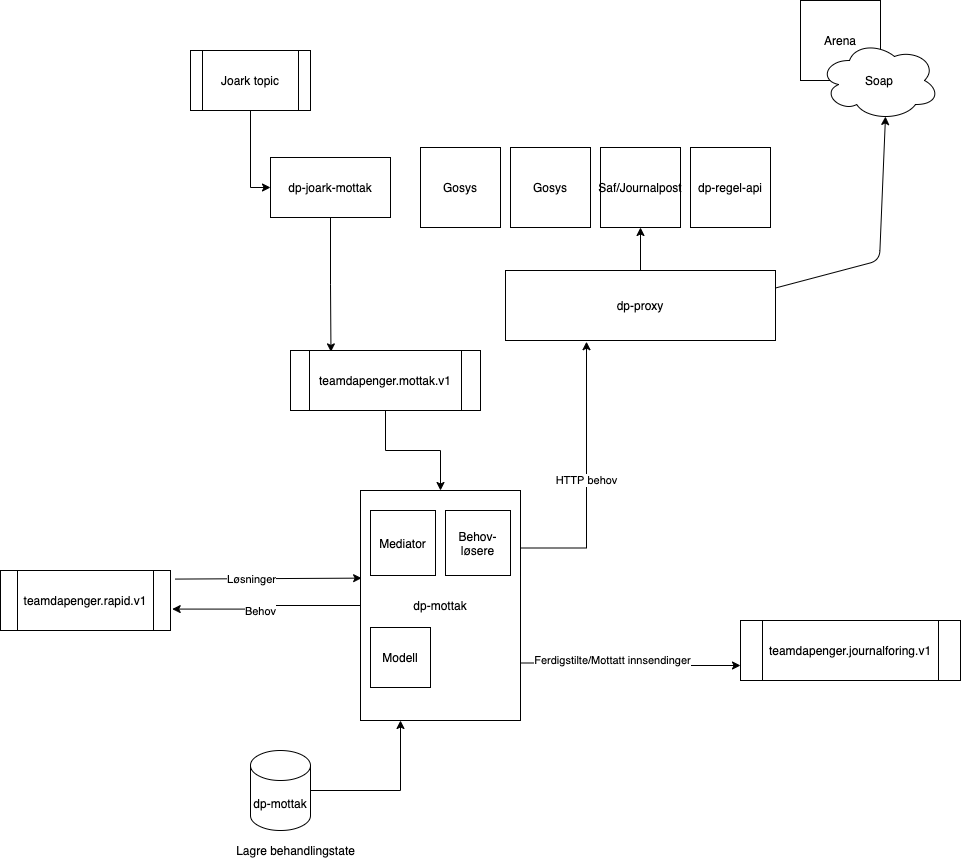
This is docs/arkitektur/dp-mottak-arkitektur-skisse.png from navikt/dp-mottak, a draw.io export, as it was before one commit. Source tidied: cells renumbered, new cells last; positions are measured from the earlier drawing's top-left corner, leaving out a move shared by most shapes.
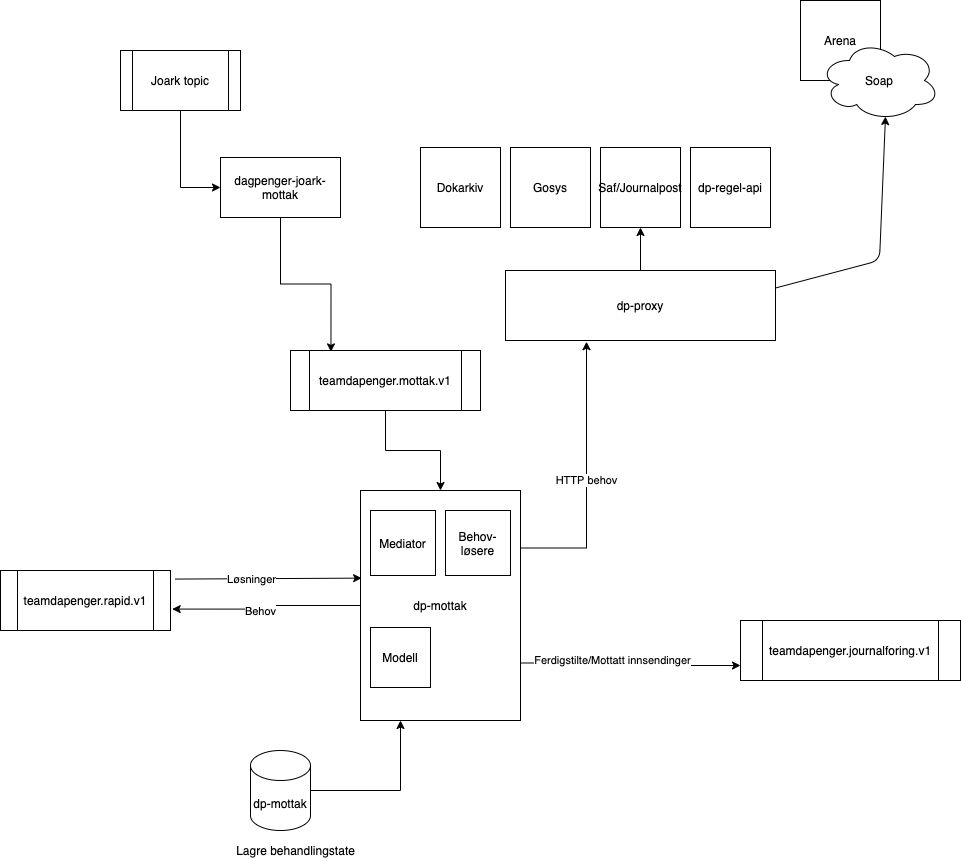
The same diagram one commit later.

Commit message:
Oppdatert arkitekturskisse

The edit, as a diff of the source:
```diff
@@ -5,8 +5,8 @@
     <mxCell id="2" style="edgeStyle=orthogonalEdgeStyle;rounded=0;jettySize=auto;html=1;exitX=0.5;exitY=1;exitDx=0;exitDy=0;entryX=0.213;entryY=0.023;entryDx=0;entryDy=0;entryPerimeter=0;" parent="1" edge="1" source="3" target="10">
       <mxGeometry relative="1" as="geometry" />
     </mxCell>
-    <mxCell id="3" value="dp-joark-mottak" style="rounded=0;whiteSpace=wrap;html=1;" parent="1" vertex="1">
-      <mxGeometry x="270" y="157" width="120" height="60" as="geometry" />
+    <mxCell id="3" value="dagpenger-joark-mottak" style="rounded=0;whiteSpace=wrap;html=1;" parent="1" vertex="1">
+      <mxGeometry x="220" y="157" width="120" height="60" as="geometry" />
     </mxCell>
     <mxCell id="4" style="edgeStyle=orthogonalEdgeStyle;rounded=0;jettySize=auto;html=1;exitX=1;exitY=0.75;exitDx=0;exitDy=0;entryX=0;entryY=0.75;entryDx=0;entryDy=0;" parent="1" edge="1" source="6" target="33">
       <mxGeometry relative="1" as="geometry" />
@@ -21,7 +21,7 @@
       <mxGeometry relative="1" as="geometry" />
     </mxCell>
     <mxCell id="8" value="Joark topic" style="shape=process;whiteSpace=wrap;html=1;backgroundOutline=1;" parent="1" vertex="1">
-      <mxGeometry x="190" y="50" width="120" height="60" as="geometry" />
+      <mxGeometry x="120" y="50" width="120" height="60" as="geometry" />
     </mxCell>
     <mxCell id="9" style="edgeStyle=orthogonalEdgeStyle;rounded=0;jettySize=auto;html=1;exitX=0.5;exitY=1;exitDx=0;exitDy=0;entryX=0.5;entryY=0;entryDx=0;entryDy=0;" parent="1" edge="1" source="10" target="6">
       <mxGeometry relative="1" as="geometry" />
@@ -84,7 +84,7 @@
         </Array>
       </mxGeometry>
     </mxCell>
-    <mxCell id="28" value="Gosys" style="whiteSpace=wrap;html=1;" parent="1" vertex="1">
+    <mxCell id="28" value="Dokarkiv" style="whiteSpace=wrap;html=1;" parent="1" vertex="1">
       <mxGeometry x="420" y="147" width="80" height="80" as="geometry" />
     </mxCell>
     <mxCell id="29" value="Mediator" style="whiteSpace=wrap;html=1;" parent="1" vertex="1">
```
